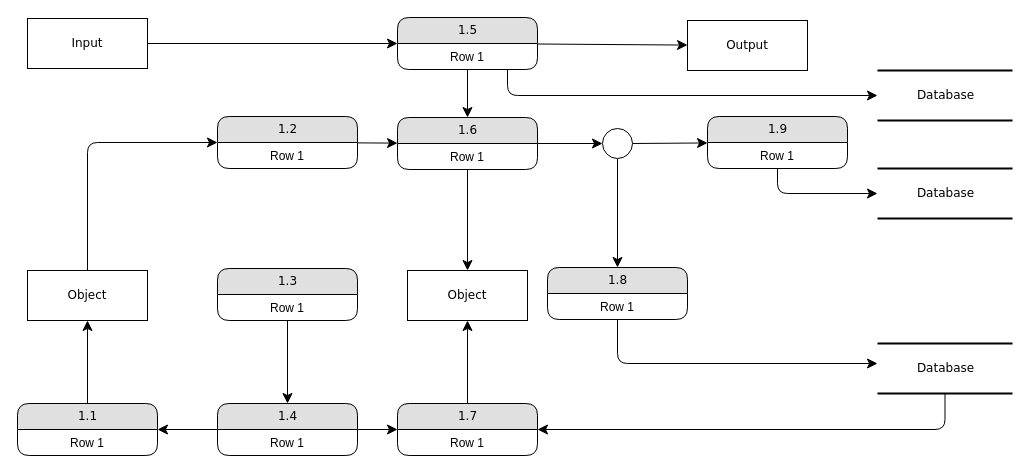
Earlier version of the draw.io diagram ATM System.drawio (Aron10276/Repo5-ATM). Source tidied: cells renumbered, new cells numbered last; positions are measured from the earlier drawing's top-left corner, leaving out a move shared by most shapes. Both pictures are drawn from the tidied source at 100%, with x=0, y=0 at pixel (17, 17).
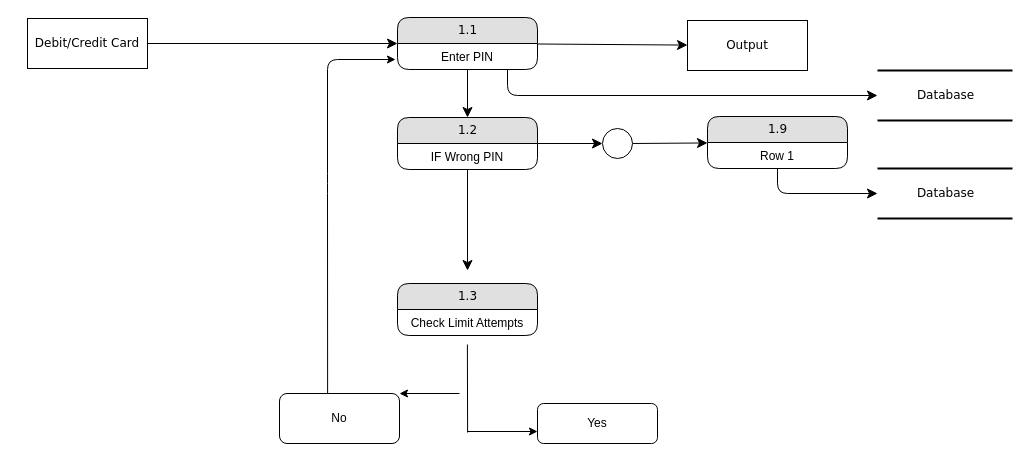
The same diagram, later.

The change refers to these unchanged cells:
```xml
<mxCell id="45" style="ellipse;whiteSpace=wrap;html=1;rounded=1;shadow=0;comic=0;labelBackgroundColor=none;strokeWidth=1;fontFamily=Verdana;fontSize=12;align=center;" parent="1" vertex="1">
  <mxGeometry x="585" y="111" width="30" height="30" as="geometry" />
</mxCell>
```

Change to the diagram source:
```diff
@@
-    <mxCell id="6" value="Input" style="whiteSpace=wrap;html=1;rounded=0;shadow=0;comic=0;labelBackgroundColor=none;strokeWidth=1;fontFamily=Verdana;fontSize=12;align=center;" parent="1" vertex="1">
+    <mxCell id="6" value="Debit/Credit Card" style="whiteSpace=wrap;html=1;rounded=0;shadow=0;comic=0;labelBackgroundColor=none;strokeWidth=1;fontFamily=Verdana;fontSize=12;align=center;" parent="1" vertex="1">
       <mxGeometry x="10" y="1" width="120" height="50" as="geometry" />
     </mxCell>
@@
-    <mxCell id="10" value="1.5" style="swimlane;html=1;fontStyle=0;horizontal=1;startSize=26;fillColor=#e0e0e0;swimlaneFillColor=#ffffff;align=center;rounded=1;shadow=0;comic=0;labelBackgroundColor=none;strokeWidth=1;fontFamily=Verdana;fontSize=12;" parent="1" vertex="1">
+    <mxCell id="10" value="1.1" style="swimlane;html=1;fontStyle=0;horizontal=1;startSize=26;fillColor=#e0e0e0;swimlaneFillColor=#ffffff;align=center;rounded=1;shadow=0;comic=0;labelBackgroundColor=none;strokeWidth=1;fontFamily=Verdana;fontSize=12;" parent="1" vertex="1">
       <mxGeometry x="380" width="140" height="52" as="geometry" />
     </mxCell>
-    <mxCell id="11" value="Row 1" style="text;html=1;strokeColor=none;fillColor=none;spacingLeft=4;spacingRight=4;whiteSpace=wrap;overflow=hidden;align=center;" parent="10" vertex="1">
+    <mxCell id="11" value="Enter PIN" style="text;html=1;strokeColor=none;fillColor=none;spacingLeft=4;spacingRight=4;whiteSpace=wrap;overflow=hidden;align=center;" parent="10" vertex="1">
       <mxGeometry y="26" width="140" height="26" as="geometry" />
     </mxCell>
-    <mxCell id="12" style="edgeStyle=orthogonalEdgeStyle;html=1;labelBackgroundColor=none;startFill=0;startSize=8;endFill=1;endSize=8;fontFamily=Verdana;fontSize=12;" parent="1" edge="1" source="13" target="38">
-      <mxGeometry relative="1" as="geometry">
-        <Array as="points">
-          <mxPoint x="928" y="412" />
-        </Array>
-      </mxGeometry>
-    </mxCell>
-    <mxCell id="13" value="Database" style="html=1;rounded=0;shadow=0;comic=0;labelBackgroundColor=none;strokeWidth=2;fontFamily=Verdana;fontSize=12;align=center;shape=mxgraph.ios7ui.horLines;" parent="1" vertex="1">
-      <mxGeometry x="860" y="326" width="135" height="50" as="geometry" />
-    </mxCell>
@@
-    <mxCell id="15" style="edgeStyle=none;html=1;labelBackgroundColor=none;startFill=0;startSize=8;endFill=1;endSize=8;fontFamily=Verdana;fontSize=12;" parent="1" edge="1" source="16" target="42">
-      <mxGeometry relative="1" as="geometry" />
+    <mxCell id="15" style="edgeStyle=none;html=1;labelBackgroundColor=none;startFill=0;startSize=8;endFill=1;endSize=8;fontFamily=Verdana;fontSize=12;" parent="1" edge="1" source="16">
+      <mxGeometry relative="1" as="geometry">
+        <mxPoint x="450" y="253" as="targetPoint" />
+      </mxGeometry>
     </mxCell>
-    <mxCell id="16" value="1.6" style="swimlane;html=1;fontStyle=0;horizontal=1;startSize=26;fillColor=#e0e0e0;swimlaneFillColor=#ffffff;align=center;rounded=1;shadow=0;comic=0;labelBackgroundColor=none;strokeWidth=1;fontFamily=Verdana;fontSize=12;" parent="1" vertex="1">
+    <mxCell id="16" value="1.2" style="swimlane;html=1;fontStyle=0;horizontal=1;startSize=26;fillColor=#e0e0e0;swimlaneFillColor=#ffffff;align=center;rounded=1;shadow=0;comic=0;labelBackgroundColor=none;strokeWidth=1;fontFamily=Verdana;fontSize=12;" parent="1" vertex="1">
       <mxGeometry x="380" y="100" width="140" height="52" as="geometry" />
     </mxCell>
-    <mxCell id="17" value="Row 1" style="text;html=1;strokeColor=none;fillColor=none;spacingLeft=4;spacingRight=4;whiteSpace=wrap;overflow=hidden;align=center;" parent="16" vertex="1">
+    <mxCell id="17" value="IF Wrong PIN" style="text;html=1;strokeColor=none;fillColor=none;spacingLeft=4;spacingRight=4;whiteSpace=wrap;overflow=hidden;align=center;" parent="16" vertex="1">
       <mxGeometry y="26" width="140" height="26" as="geometry" />
     </mxCell>
-    <mxCell id="18" style="edgeStyle=none;html=1;labelBackgroundColor=none;startFill=0;startSize=8;endFill=1;endSize=8;fontFamily=Verdana;fontSize=12;" parent="1" edge="1" source="19" target="16">
-      <mxGeometry relative="1" as="geometry" />
-    </mxCell>
-    <mxCell id="19" value="1.2" style="swimlane;html=1;fontStyle=0;horizontal=1;startSize=26;fillColor=#e0e0e0;swimlaneFillColor=#ffffff;align=center;rounded=1;shadow=0;comic=0;labelBackgroundColor=none;strokeWidth=1;fontFamily=Verdana;fontSize=12;" parent="1" vertex="1">
-      <mxGeometry x="200" y="99" width="140" height="52" as="geometry" />
-    </mxCell>
-    <mxCell id="20" value="Row 1" style="text;html=1;strokeColor=none;fillColor=none;spacingLeft=4;spacingRight=4;whiteSpace=wrap;overflow=hidden;align=center;" parent="19" vertex="1">
-      <mxGeometry y="26" width="140" height="26" as="geometry" />
-    </mxCell>
@@
-    <mxCell id="24" style="edgeStyle=none;html=1;labelBackgroundColor=none;startFill=0;startSize=8;endFill=1;endSize=8;fontFamily=Verdana;fontSize=12;" parent="1" edge="1" source="25" target="35">
-      <mxGeometry relative="1" as="geometry" />
-    </mxCell>
-    <mxCell id="25" value="1.3" style="swimlane;html=1;fontStyle=0;horizontal=1;startSize=26;fillColor=#e0e0e0;swimlaneFillColor=#ffffff;align=center;rounded=1;shadow=0;comic=0;labelBackgroundColor=none;strokeWidth=1;fontFamily=Verdana;fontSize=12;" parent="1" vertex="1">
-      <mxGeometry x="200" y="251" width="140" height="52" as="geometry" />
-    </mxCell>
-    <mxCell id="26" value="Row 1" style="text;html=1;strokeColor=none;fillColor=none;spacingLeft=4;spacingRight=4;whiteSpace=wrap;overflow=hidden;align=center;" parent="25" vertex="1">
-      <mxGeometry y="26" width="140" height="26" as="geometry" />
-    </mxCell>
-    <mxCell id="27" style="edgeStyle=orthogonalEdgeStyle;html=1;labelBackgroundColor=none;startFill=0;startSize=8;endFill=1;endSize=8;fontFamily=Verdana;fontSize=12;" parent="1" edge="1" source="28" target="13">
-      <mxGeometry relative="1" as="geometry">
-        <Array as="points">
-          <mxPoint x="600" y="346" />
-        </Array>
-      </mxGeometry>
-    </mxCell>
-    <mxCell id="28" value="1.8" style="swimlane;html=1;fontStyle=0;horizontal=1;startSize=26;fillColor=#e0e0e0;swimlaneFillColor=#ffffff;align=center;rounded=1;shadow=0;comic=0;labelBackgroundColor=none;strokeWidth=1;fontFamily=Verdana;fontSize=12;" parent="1" vertex="1">
-      <mxGeometry x="530" y="250" width="140" height="52" as="geometry" />
-    </mxCell>
-    <mxCell id="29" value="Row 1" style="text;html=1;strokeColor=none;fillColor=none;spacingLeft=4;spacingRight=4;whiteSpace=wrap;overflow=hidden;align=center;" parent="28" vertex="1">
-      <mxGeometry y="26" width="140" height="26" as="geometry" />
-    </mxCell>
-    <mxCell id="30" style="edgeStyle=none;html=1;labelBackgroundColor=none;startFill=0;startSize=8;endFill=1;endSize=8;fontFamily=Verdana;fontSize=12;" parent="1" edge="1" source="31" target="41">
-      <mxGeometry relative="1" as="geometry" />
-    </mxCell>
-    <mxCell id="31" value="1.1" style="swimlane;html=1;fontStyle=0;horizontal=1;startSize=26;fillColor=#e0e0e0;swimlaneFillColor=#ffffff;align=center;rounded=1;shadow=0;comic=0;labelBackgroundColor=none;strokeWidth=1;fontFamily=Verdana;fontSize=12;" parent="1" vertex="1">
-      <mxGeometry y="386" width="140" height="52" as="geometry" />
-    </mxCell>
-    <mxCell id="32" value="Row 1" style="text;html=1;strokeColor=none;fillColor=none;spacingLeft=4;spacingRight=4;whiteSpace=wrap;overflow=hidden;align=center;" parent="31" vertex="1">
-      <mxGeometry y="26" width="140" height="26" as="geometry" />
-    </mxCell>
-    <mxCell id="33" style="edgeStyle=none;html=1;labelBackgroundColor=none;startFill=0;startSize=8;endFill=1;endSize=8;fontFamily=Verdana;fontSize=12;" parent="1" edge="1" source="35" target="38">
-      <mxGeometry relative="1" as="geometry" />
-    </mxCell>
-    <mxCell id="34" style="edgeStyle=none;html=1;labelBackgroundColor=none;startFill=0;startSize=8;endFill=1;endSize=8;fontFamily=Verdana;fontSize=12;" parent="1" edge="1" source="35" target="31">
-      <mxGeometry relative="1" as="geometry" />
-    </mxCell>
-    <mxCell id="35" value="1.4" style="swimlane;html=1;fontStyle=0;horizontal=1;startSize=26;fillColor=#e0e0e0;swimlaneFillColor=#ffffff;align=center;rounded=1;shadow=0;comic=0;labelBackgroundColor=none;strokeWidth=1;fontFamily=Verdana;fontSize=12;" parent="1" vertex="1">
-      <mxGeometry x="200" y="386" width="140" height="52" as="geometry" />
-    </mxCell>
-    <mxCell id="36" value="Row 1" style="text;html=1;strokeColor=none;fillColor=none;spacingLeft=4;spacingRight=4;whiteSpace=wrap;overflow=hidden;align=center;" parent="35" vertex="1">
-      <mxGeometry y="26" width="140" height="26" as="geometry" />
-    </mxCell>
-    <mxCell id="37" style="edgeStyle=none;html=1;labelBackgroundColor=none;startFill=0;startSize=8;endFill=1;endSize=8;fontFamily=Verdana;fontSize=12;" parent="1" edge="1" source="38" target="42">
-      <mxGeometry relative="1" as="geometry" />
-    </mxCell>
-    <mxCell id="38" value="1.7" style="swimlane;html=1;fontStyle=0;horizontal=1;startSize=26;fillColor=#e0e0e0;swimlaneFillColor=#ffffff;align=center;rounded=1;shadow=0;comic=0;labelBackgroundColor=none;strokeWidth=1;fontFamily=Verdana;fontSize=12;" parent="1" vertex="1">
-      <mxGeometry x="380" y="386" width="140" height="52" as="geometry" />
-    </mxCell>
-    <mxCell id="39" value="Row 1" style="text;html=1;strokeColor=none;fillColor=none;spacingLeft=4;spacingRight=4;whiteSpace=wrap;overflow=hidden;align=center;" parent="38" vertex="1">
-      <mxGeometry y="26" width="140" height="26" as="geometry" />
-    </mxCell>
-    <mxCell id="40" style="edgeStyle=orthogonalEdgeStyle;html=1;labelBackgroundColor=none;startFill=0;startSize=8;endFill=1;endSize=8;fontFamily=Verdana;fontSize=12;" parent="1" edge="1" source="41" target="19">
-      <mxGeometry relative="1" as="geometry">
-        <Array as="points">
-          <mxPoint x="70" y="125" />
-        </Array>
-      </mxGeometry>
-    </mxCell>
-    <mxCell id="41" value="Object" style="whiteSpace=wrap;html=1;rounded=0;shadow=0;comic=0;labelBackgroundColor=none;strokeWidth=1;fontFamily=Verdana;fontSize=12;align=center;" parent="1" vertex="1">
-      <mxGeometry x="10" y="253" width="120" height="50" as="geometry" />
-    </mxCell>
-    <mxCell id="42" value="Object" style="whiteSpace=wrap;html=1;rounded=0;shadow=0;comic=0;labelBackgroundColor=none;strokeWidth=1;fontFamily=Verdana;fontSize=12;align=center;" parent="1" vertex="1">
-      <mxGeometry x="390" y="253" width="120" height="50" as="geometry" />
-    </mxCell>
-    <mxCell id="43" style="edgeStyle=none;html=1;labelBackgroundColor=none;startFill=0;startSize=8;endFill=1;endSize=8;fontFamily=Verdana;fontSize=12;" parent="1" edge="1" source="45" target="28">
-      <mxGeometry relative="1" as="geometry" />
-    </mxCell>
@@
+    <mxCell id="25" value="1.3" style="swimlane;html=1;fontStyle=0;horizontal=1;startSize=26;fillColor=#e0e0e0;swimlaneFillColor=#ffffff;align=center;rounded=1;shadow=0;comic=0;labelBackgroundColor=none;strokeWidth=1;fontFamily=Verdana;fontSize=12;" parent="1" vertex="1">
+      <mxGeometry x="380" y="266" width="140" height="52" as="geometry" />
+    </mxCell>
+    <mxCell id="46" value="Check Limit Attempts" style="text;html=1;strokeColor=none;fillColor=none;spacingLeft=4;spacingRight=4;whiteSpace=wrap;overflow=hidden;align=center;" parent="25" vertex="1">
+      <mxGeometry y="26" width="140" height="26" as="geometry" />
+    </mxCell>
+    <mxCell id="47" value="No" style="rounded=1;whiteSpace=wrap;html=1;" parent="1" vertex="1">
+      <mxGeometry x="262" y="376" width="120" height="50" as="geometry" />
+    </mxCell>
+    <mxCell id="48" value="Yes" style="rounded=1;whiteSpace=wrap;html=1;" parent="1" vertex="1">
+      <mxGeometry x="520" y="386" width="120" height="40" as="geometry" />
+    </mxCell>
+    <mxCell id="49" style="endArrow=classic;html=1;rounded=1;curved=0;exitX=0.401;exitY=-0.003;exitDx=0;exitDy=0;exitPerimeter=0;" parent="1" edge="1" source="47">
+      <mxGeometry relative="1" as="geometry">
+        <mxPoint x="378" y="42" as="targetPoint" />
+        <Array as="points">
+          <mxPoint x="310" y="166" />
+          <mxPoint x="310" y="42" />
+        </Array>
+      </mxGeometry>
+    </mxCell>
+    <mxCell id="50" style="endArrow=none;html=1;rounded=0;" parent="1" edge="1">
+      <mxGeometry relative="1" as="geometry">
+        <mxPoint x="450.1" y="415" as="sourcePoint" />
+        <mxPoint x="449.9" y="327" as="targetPoint" />
+      </mxGeometry>
+    </mxCell>
+    <mxCell id="51" style="endArrow=classic;html=1;rounded=0;" parent="1" edge="1">
+      <mxGeometry relative="1" as="geometry">
+        <mxPoint x="442" y="376" as="sourcePoint" />
+        <mxPoint x="382" y="376" as="targetPoint" />
+      </mxGeometry>
+    </mxCell>
+    <mxCell id="52" style="endArrow=classic;html=1;rounded=0;" parent="1" edge="1">
+      <mxGeometry relative="1" as="geometry">
+        <mxPoint x="450" y="414" as="sourcePoint" />
+        <mxPoint x="520" y="414" as="targetPoint" />
+      </mxGeometry>
+    </mxCell>
```
